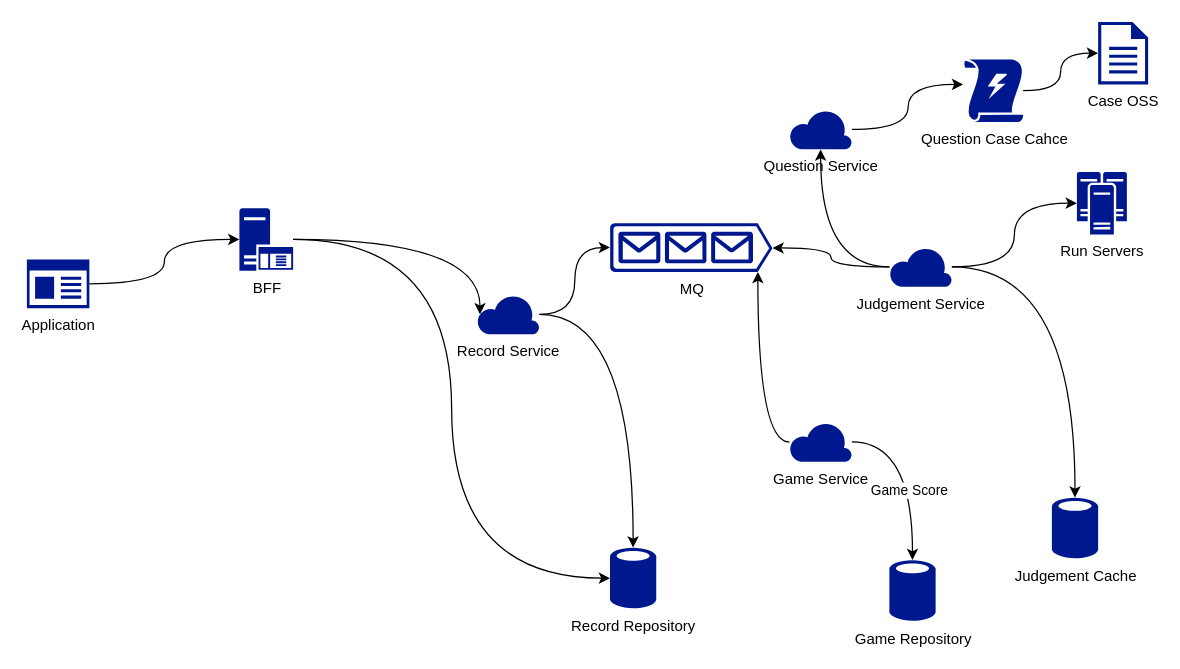
The draw.io diagram docs/assets/moj-judgement-top.drawio in msqtt/moj, before the edit. Source tidied: cells renumbered, new cells numbered last; positions are measured from the earlier drawing's top-left corner, leaving out a move shared by most shapes. Both pictures are drawn from the tidied source at 125%, with x=0, y=0 at pixel (26, 21).
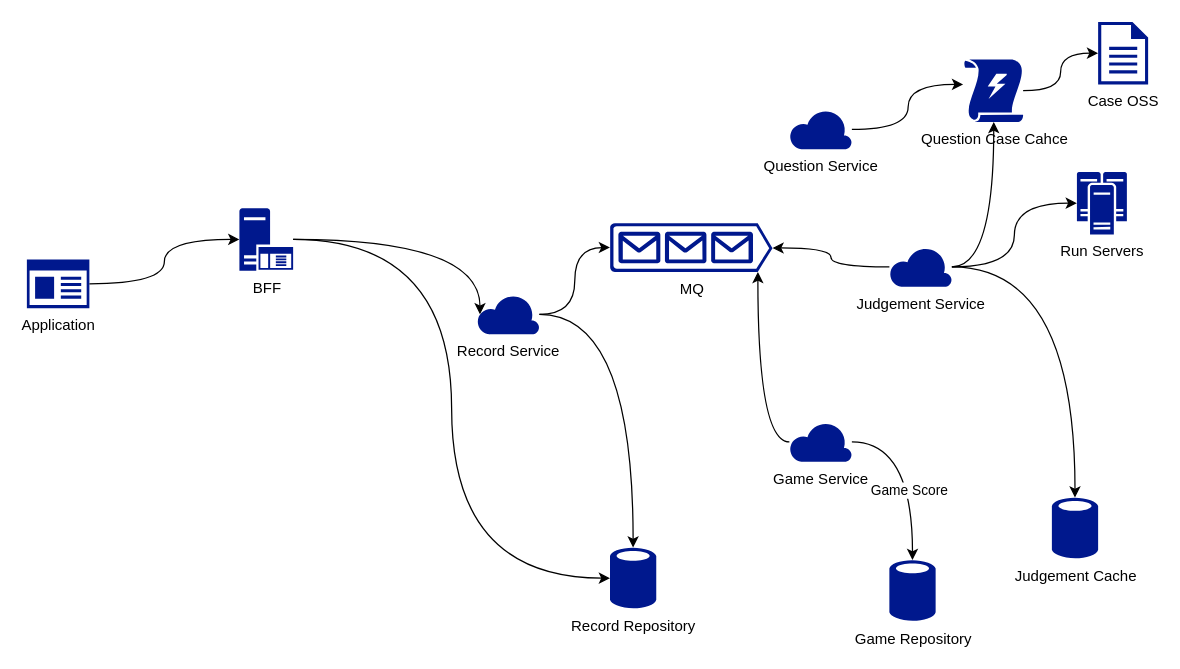
Above is the later version.

Unchanged cells that the change refers to:
```xml
<mxCell id="6" value="Judgement Service" style="sketch=0;shadow=0;dashed=0;html=1;strokeColor=none;labelPosition=center;verticalLabelPosition=bottom;verticalAlign=top;align=center;fillColor=#00188D;shape=mxgraph.azure.cloud;" parent="1" vertex="1">
  <mxGeometry x="690" y="180" width="50" height="32" as="geometry" />
</mxCell>
<mxCell id="25" value="Question Case Cahce" style="sketch=0;shadow=0;dashed=0;html=1;strokeColor=none;labelPosition=center;verticalLabelPosition=bottom;verticalAlign=top;align=center;shape=mxgraph.mscae.enterprise.triggers;fillColor=#00188D;" parent="1" vertex="1">
  <mxGeometry x="750" y="30" width="47" height="50" as="geometry" />
</mxCell>
<mxCell id="27" value="Question Service" style="sketch=0;shadow=0;dashed=0;html=1;strokeColor=none;labelPosition=center;verticalLabelPosition=bottom;verticalAlign=top;align=center;fillColor=#00188D;shape=mxgraph.azure.cloud;" parent="1" vertex="1">
  <mxGeometry x="610" y="70" width="50" height="32" as="geometry" />
</mxCell>
```

Change to the diagram source:
```diff
@@
-    <mxCell id="5" style="edgeStyle=orthogonalEdgeStyle;rounded=0;jettySize=auto;html=1;curved=1;" parent="1" edge="1" source="6" target="27">
+    <mxCell id="5" style="edgeStyle=orthogonalEdgeStyle;rounded=0;jettySize=auto;html=1;curved=1;entryX=0.5;entryY=1;entryDx=0;entryDy=0;entryPerimeter=0;" parent="1" edge="1" source="6" target="25">
       <mxGeometry relative="1" as="geometry" />
     </mxCell>
```
